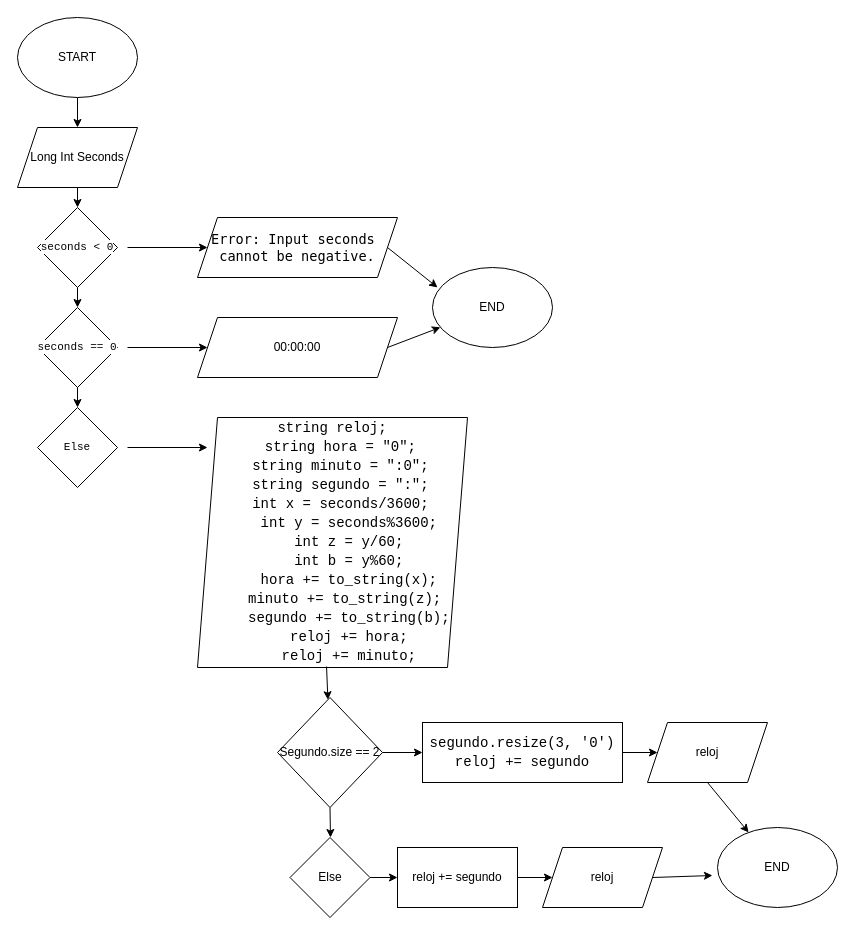
Kal222000/Diagramas-De-Flujo keeps this draw.io diagram as Práctico 1 Ejercicio 8.drawio. Above is the earlier version. Source tidied: cells renumbered, new cells numbered last; positions are measured from the earlier drawing's top-left corner, leaving out a move shared by most shapes. Both pictures are drawn from the tidied source at 100%, with x=0, y=0 at pixel (17, 17).
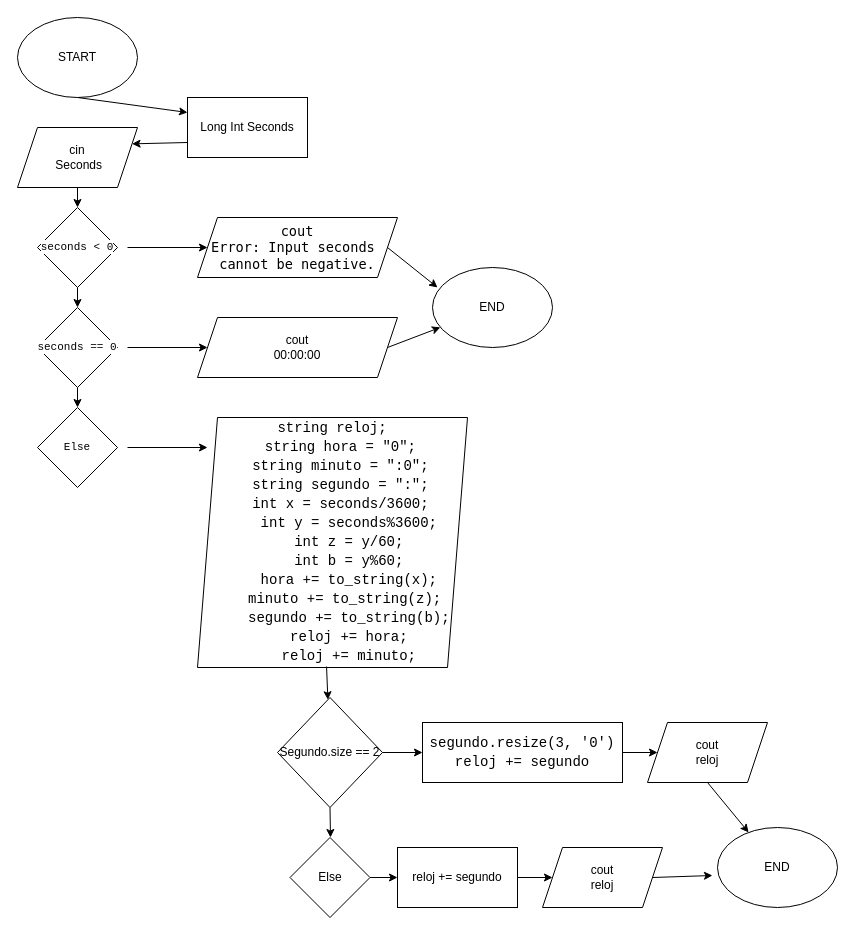
After the change.

Unchanged cells that the change refers to:
```xml
<mxCell id="2" value="START" style="ellipse;whiteSpace=wrap;html=1;" parent="1" vertex="1">
  <mxGeometry width="120" height="80" as="geometry" />
</mxCell>
```

Change to the diagram source:
```diff
@@
-    <mxCell id="3" style="endArrow=classic;html=1;rounded=0;exitX=0.5;exitY=1;exitDx=0;exitDy=0;" parent="1" edge="1" source="2">
-      <mxGeometry relative="1" as="geometry">
-        <mxPoint x="60" y="110" as="targetPoint" />
-      </mxGeometry>
+    <mxCell id="3" style="endArrow=classic;html=1;rounded=0;exitX=0.5;exitY=1;exitDx=0;exitDy=0;entryX=0;entryY=0.25;entryDx=0;entryDy=0;" parent="1" edge="1" source="2" target="35">
+      <mxGeometry relative="1" as="geometry" />
     </mxCell>
-    <mxCell id="4" value="Long Int Seconds" style="shape=parallelogram;perimeter=parallelogramPerimeter;whiteSpace=wrap;html=1;fixedSize=1;" parent="1" vertex="1">
+    <mxCell id="4" value="cin&lt;div&gt;&amp;nbsp;Seconds&lt;/div&gt;" style="shape=parallelogram;perimeter=parallelogramPerimeter;whiteSpace=wrap;html=1;fixedSize=1;" parent="1" vertex="1">
       <mxGeometry y="110" width="120" height="60" as="geometry" />
     </mxCell>
@@
-    <mxCell id="8" value="&lt;br&gt;&lt;span style=&quot;font-family: ui-monospace, SFMono-Regular, &amp;quot;SF Mono&amp;quot;, Menlo, Consolas, &amp;quot;Liberation Mono&amp;quot;, monospace; font-size: 13.6px; font-style: normal; font-variant-ligatures: normal; font-variant-caps: normal; font-weight: 400; letter-spacing: normal; orphans: 2; text-align: start; text-indent: 0px; text-transform: none; widows: 2; word-spacing: 0px; -webkit-text-stroke-width: 0px; white-space: break-spaces; text-decoration-thickness: initial; text-decoration-style: initial; text-decoration-color: initial; float: none; display: inline !important;&quot;&gt;Error: Input seconds cannot be negative.&lt;/span&gt;&lt;div&gt;&lt;br&gt;&lt;/div&gt;" style="shape=parallelogram;perimeter=parallelogramPerimeter;whiteSpace=wrap;html=1;fixedSize=1;" parent="1" vertex="1">
+    <mxCell id="8" value="&lt;br&gt;&lt;span style=&quot;font-family: ui-monospace, SFMono-Regular, &amp;quot;SF Mono&amp;quot;, Menlo, Consolas, &amp;quot;Liberation Mono&amp;quot;, monospace; font-size: 13.6px; font-style: normal; font-variant-ligatures: normal; font-variant-caps: normal; font-weight: 400; letter-spacing: normal; orphans: 2; text-align: start; text-indent: 0px; text-transform: none; widows: 2; word-spacing: 0px; -webkit-text-stroke-width: 0px; white-space: break-spaces; text-decoration-thickness: initial; text-decoration-style: initial; text-decoration-color: initial; float: none; display: inline !important;&quot;&gt;cout&lt;/span&gt;&lt;div&gt;&lt;span style=&quot;font-family: ui-monospace, SFMono-Regular, &amp;quot;SF Mono&amp;quot;, Menlo, Consolas, &amp;quot;Liberation Mono&amp;quot;, monospace; font-size: 13.6px; font-style: normal; font-variant-ligatures: normal; font-variant-caps: normal; font-weight: 400; letter-spacing: normal; orphans: 2; text-align: start; text-indent: 0px; text-transform: none; widows: 2; word-spacing: 0px; -webkit-text-stroke-width: 0px; white-space: break-spaces; text-decoration-thickness: initial; text-decoration-style: initial; text-decoration-color: initial; float: none; display: inline !important;&quot;&gt;Error: Input seconds cannot be negative.&lt;/span&gt;&lt;div&gt;&lt;br&gt;&lt;/div&gt;&lt;/div&gt;" style="shape=parallelogram;perimeter=parallelogramPerimeter;whiteSpace=wrap;html=1;fixedSize=1;" parent="1" vertex="1">
       <mxGeometry x="180" y="200" width="200" height="60" as="geometry" />
     </mxCell>
@@
-    <mxCell id="12" value="&lt;div&gt;00:00:00&lt;/div&gt;" style="shape=parallelogram;perimeter=parallelogramPerimeter;whiteSpace=wrap;html=1;fixedSize=1;" parent="1" vertex="1">
+    <mxCell id="12" value="&lt;div&gt;cout&lt;/div&gt;&lt;div&gt;00:00:00&lt;/div&gt;" style="shape=parallelogram;perimeter=parallelogramPerimeter;whiteSpace=wrap;html=1;fixedSize=1;" parent="1" vertex="1">
       <mxGeometry x="180" y="300" width="200" height="60" as="geometry" />
     </mxCell>
@@
-    <mxCell id="26" value="reloj" style="shape=parallelogram;perimeter=parallelogramPerimeter;whiteSpace=wrap;html=1;fixedSize=1;" parent="1" vertex="1">
+    <mxCell id="26" value="cout&lt;div&gt;reloj&lt;/div&gt;" style="shape=parallelogram;perimeter=parallelogramPerimeter;whiteSpace=wrap;html=1;fixedSize=1;" parent="1" vertex="1">
       <mxGeometry x="630" y="705" width="120" height="60" as="geometry" />
     </mxCell>
@@
-    <mxCell id="28" value="reloj" style="shape=parallelogram;perimeter=parallelogramPerimeter;whiteSpace=wrap;html=1;fixedSize=1;" parent="1" vertex="1">
+    <mxCell id="28" value="cout&lt;div&gt;reloj&lt;/div&gt;" style="shape=parallelogram;perimeter=parallelogramPerimeter;whiteSpace=wrap;html=1;fixedSize=1;" parent="1" vertex="1">
       <mxGeometry x="525" y="830" width="120" height="60" as="geometry" />
     </mxCell>
@@
+    <mxCell id="35" value="Long Int Seconds" style="rounded=0;whiteSpace=wrap;html=1;" parent="1" vertex="1">
+      <mxGeometry x="170" y="80" width="120" height="60" as="geometry" />
+    </mxCell>
+    <mxCell id="36" style="endArrow=classic;html=1;rounded=0;exitX=0;exitY=0.75;exitDx=0;exitDy=0;entryX=1;entryY=0.25;entryDx=0;entryDy=0;" parent="1" edge="1" source="35" target="4">
+      <mxGeometry relative="1" as="geometry" />
+    </mxCell>
```
